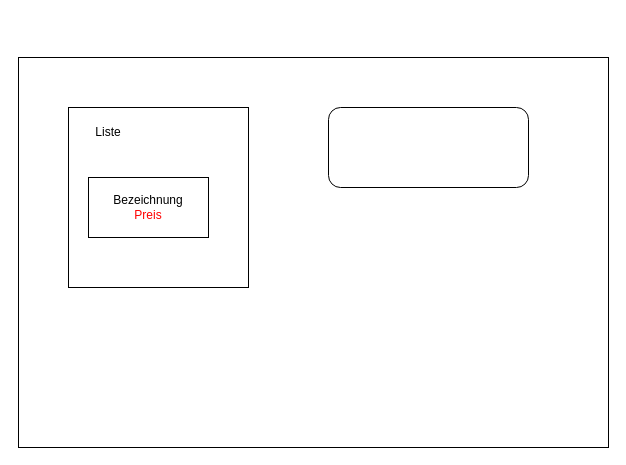
This is C#/anwendung.drawio from labpa/Schule, a draw.io file, before an edit. Source tidied: cells renumbered, new cells numbered last; positions are measured from the earlier drawing's top-left corner, leaving out a move shared by most shapes. Both pictures are drawn from the tidied source at 100%, with x=0, y=0 at pixel (18, 57).
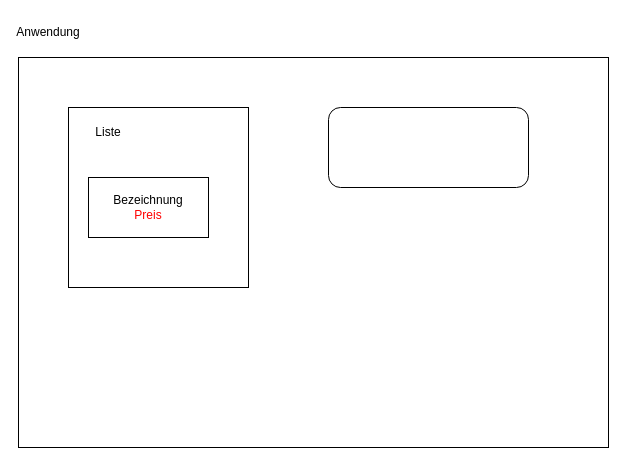
After the change.

Change to the diagram source:
```diff
@@
 <mxGraphModel>
   <root>
     <mxCell id="0" />
     <mxCell id="1" parent="0" />
     <mxCell id="2" style="rounded=0;whiteSpace=wrap;html=1;" parent="1" vertex="1">
       <mxGeometry width="590" height="390" as="geometry" />
     </mxCell>
     <mxCell id="3" style="whiteSpace=wrap;html=1;" parent="1" vertex="1">
       <mxGeometry x="50" y="50" width="180" height="180" as="geometry" />
     </mxCell>
     <mxCell id="4" value="Liste" style="text;html=1;strokeColor=none;fillColor=none;align=center;verticalAlign=middle;whiteSpace=wrap;rounded=0;" parent="1" vertex="1">
       <mxGeometry x="60" y="60" width="60" height="30" as="geometry" />
     </mxCell>
     <mxCell id="5" value="Bezeichnung&lt;br&gt;&lt;font color=&quot;#ff0000&quot;&gt;Preis&lt;/font&gt;" style="rounded=0;whiteSpace=wrap;html=1;" parent="1" vertex="1">
       <mxGeometry x="70" y="120" width="120" height="60" as="geometry" />
     </mxCell>
     <mxCell id="6" style="rounded=1;whiteSpace=wrap;html=1;fontColor=#FF0000;" parent="1" vertex="1">
       <mxGeometry x="310" y="50" width="200" height="80" as="geometry" />
     </mxCell>
+    <mxCell id="7" value="Anwendung" style="text;html=1;strokeColor=none;fillColor=none;align=center;verticalAlign=middle;whiteSpace=wrap;rounded=0;fontColor=#000000;" parent="1" vertex="1">
+      <mxGeometry y="-40" width="60" height="30" as="geometry" />
+    </mxCell>
   </root>
 </mxGraphModel>
```
